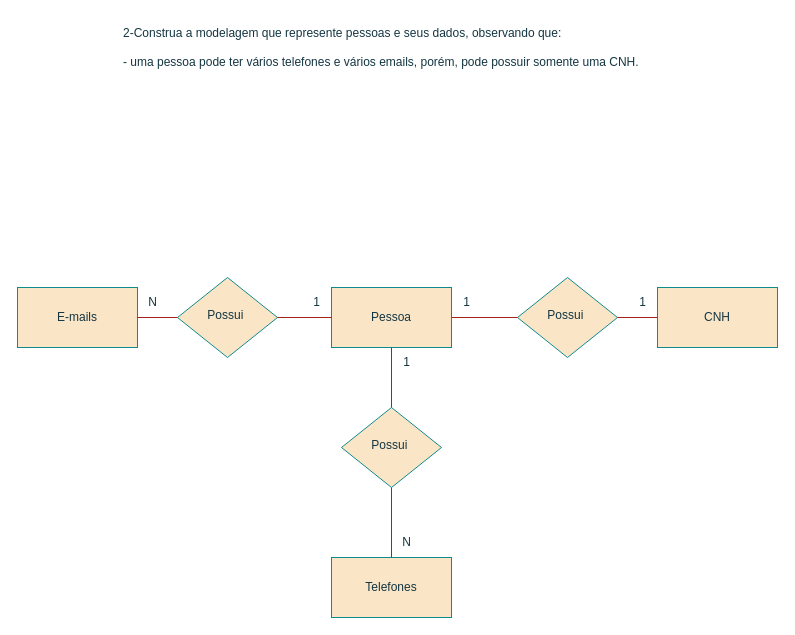
The draw.io diagram 1.1/1.1.drawio in MagiLogus/MER, before the edit. Source tidied: cells renumbered, new cells numbered last; positions are measured from the earlier drawing's top-left corner, leaving out a move shared by most shapes. Both pictures are drawn from the tidied source at 100%, with x=0, y=0 at pixel (17, 17).
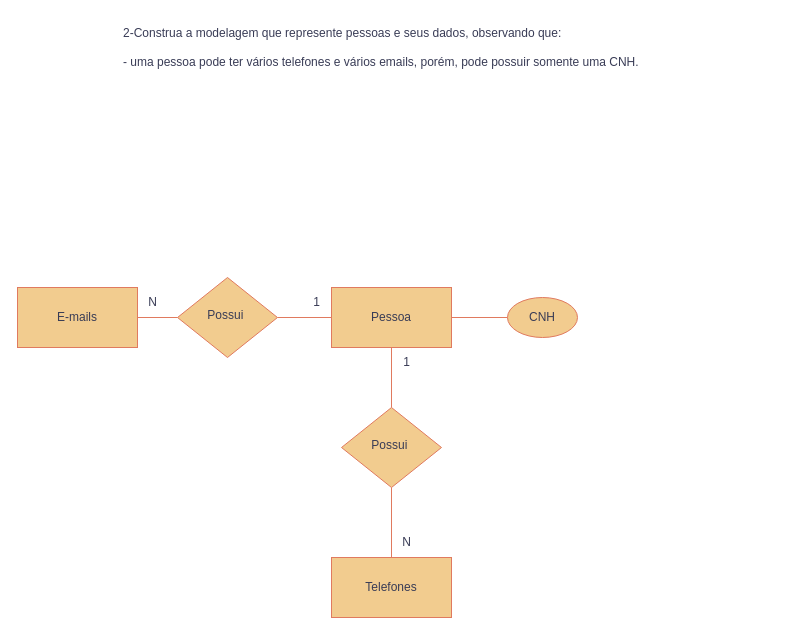
After the change.

What changed in the source:
```diff
@@
-    <mxCell id="2" value="Possui&amp;nbsp;" style="rhombus;whiteSpace=wrap;html=1;shadow=0;fontFamily=Helvetica;fontSize=12;align=center;strokeWidth=1;spacing=6;spacingTop=-4;rounded=0;labelBackgroundColor=none;fillColor=#FAE5C7;strokeColor=#0F8B8D;fontColor=#143642;" parent="1" vertex="1">
-      <mxGeometry x="500" y="260" width="100" height="80" as="geometry" />
-    </mxCell>
-    <mxCell id="3" value=" E-mails" style="rounded=0;whiteSpace=wrap;html=1;strokeColor=#0F8B8D;fontColor=#143642;fillColor=#FAE5C7;labelBackgroundColor=none;" parent="1" vertex="1">
+    <mxCell id="3" value=" E-mails" style="rounded=0;whiteSpace=wrap;html=1;strokeColor=#E07A5F;fontColor=#393C56;fillColor=#F2CC8F;labelBackgroundColor=none;" parent="1" vertex="1">
       <mxGeometry y="270" width="120" height="60" as="geometry" />
     </mxCell>
-    <mxCell id="4" value="CNH" style="rounded=0;whiteSpace=wrap;html=1;strokeColor=#0F8B8D;fontColor=#143642;fillColor=#FAE5C7;labelBackgroundColor=none;" parent="1" vertex="1">
-      <mxGeometry x="640" y="270" width="120" height="60" as="geometry" />
-    </mxCell>
-    <mxCell id="5" value="&lt;div&gt;2-Construa a modelagem que represente pessoas e seus dados, observando que:&lt;/div&gt;&lt;div&gt;&lt;br&gt;&lt;/div&gt;&lt;div&gt;- uma pessoa pode ter vários telefones e vários emails, porém, pode possuir somente uma CNH.&lt;/div&gt;" style="text;html=1;align=left;verticalAlign=middle;strokeColor=none;fillColor=none;fontColor=#143642;labelBackgroundColor=none;" parent="1" vertex="1">
+    <mxCell id="5" value="&lt;div&gt;2-Construa a modelagem que represente pessoas e seus dados, observando que:&lt;/div&gt;&lt;div&gt;&lt;br&gt;&lt;/div&gt;&lt;div&gt;- uma pessoa pode ter vários telefones e vários emails, porém, pode possuir somente uma CNH.&lt;/div&gt;" style="text;html=1;align=left;verticalAlign=middle;strokeColor=none;fillColor=none;fontColor=#393C56;labelBackgroundColor=none;" parent="1" vertex="1">
       <mxGeometry x="104" width="540" height="60" as="geometry" />
     </mxCell>
-    <mxCell id="6" value="1" style="text;html=1;align=center;verticalAlign=middle;strokeColor=none;fillColor=none;fontColor=#143642;labelBackgroundColor=none;" parent="1" vertex="1">
-      <mxGeometry x="610" y="270" width="30" height="30" as="geometry" />
-    </mxCell>
-    <mxCell id="7" value="N" style="text;html=1;align=center;verticalAlign=middle;strokeColor=none;fillColor=none;fontColor=#143642;labelBackgroundColor=none;" parent="1" vertex="1">
+    <mxCell id="7" value="N" style="text;html=1;align=center;verticalAlign=middle;strokeColor=none;fillColor=none;fontColor=#393C56;labelBackgroundColor=none;" parent="1" vertex="1">
       <mxGeometry x="120" y="270" width="30" height="30" as="geometry" />
     </mxCell>
-    <mxCell id="8" value="Pessoa" style="rounded=0;whiteSpace=wrap;html=1;strokeColor=#0F8B8D;fontColor=#143642;fillColor=#FAE5C7;labelBackgroundColor=none;" parent="1" vertex="1">
+    <mxCell id="8" value="Pessoa" style="rounded=0;whiteSpace=wrap;html=1;strokeColor=#E07A5F;fontColor=#393C56;fillColor=#F2CC8F;labelBackgroundColor=none;" parent="1" vertex="1">
       <mxGeometry x="314" y="270" width="120" height="60" as="geometry" />
     </mxCell>
-    <mxCell id="9" value="Possui&amp;nbsp;" style="rhombus;whiteSpace=wrap;html=1;shadow=0;fontFamily=Helvetica;fontSize=12;align=center;strokeWidth=1;spacing=6;spacingTop=-4;rounded=0;labelBackgroundColor=none;fillColor=#FAE5C7;strokeColor=#0F8B8D;fontColor=#143642;" parent="1" vertex="1">
+    <mxCell id="9" value="Possui&amp;nbsp;" style="rhombus;whiteSpace=wrap;html=1;shadow=0;fontFamily=Helvetica;fontSize=12;align=center;strokeWidth=1;spacing=6;spacingTop=-4;rounded=0;labelBackgroundColor=none;fillColor=#F2CC8F;strokeColor=#E07A5F;fontColor=#393C56;" parent="1" vertex="1">
       <mxGeometry x="160" y="260" width="100" height="80" as="geometry" />
     </mxCell>
-    <mxCell id="10" style="endArrow=none;html=1;rounded=0;entryX=0;entryY=0.5;entryDx=0;entryDy=0;labelBackgroundColor=none;strokeColor=#A8201A;fontColor=default;" parent="1" edge="1" target="9">
+    <mxCell id="10" style="endArrow=none;html=1;rounded=0;entryX=0;entryY=0.5;entryDx=0;entryDy=0;labelBackgroundColor=none;strokeColor=#E07A5F;fontColor=default;" parent="1" edge="1" target="9">
       <mxGeometry relative="1" as="geometry">
         <mxPoint x="120" y="300" as="sourcePoint" />
       </mxGeometry>
     </mxCell>
-    <mxCell id="11" value="Telefones" style="rounded=0;whiteSpace=wrap;html=1;strokeColor=#0F8B8D;fontColor=#143642;fillColor=#FAE5C7;labelBackgroundColor=none;" parent="1" vertex="1">
+    <mxCell id="11" value="Telefones" style="rounded=0;whiteSpace=wrap;html=1;strokeColor=#E07A5F;fontColor=#393C56;fillColor=#F2CC8F;labelBackgroundColor=none;" parent="1" vertex="1">
       <mxGeometry x="314" y="540" width="120" height="60" as="geometry" />
     </mxCell>
-    <mxCell id="12" value="Possui&amp;nbsp;" style="rhombus;whiteSpace=wrap;html=1;shadow=0;fontFamily=Helvetica;fontSize=12;align=center;strokeWidth=1;spacing=6;spacingTop=-4;rounded=0;labelBackgroundColor=none;fillColor=#FAE5C7;strokeColor=#0F8B8D;fontColor=#143642;" parent="1" vertex="1">
+    <mxCell id="12" value="Possui&amp;nbsp;" style="rhombus;whiteSpace=wrap;html=1;shadow=0;fontFamily=Helvetica;fontSize=12;align=center;strokeWidth=1;spacing=6;spacingTop=-4;rounded=0;labelBackgroundColor=none;fillColor=#F2CC8F;strokeColor=#E07A5F;fontColor=#393C56;" parent="1" vertex="1">
       <mxGeometry x="324" y="390" width="100" height="80" as="geometry" />
     </mxCell>
-    <mxCell id="13" style="endArrow=none;html=1;rounded=0;exitX=1;exitY=0.5;exitDx=0;exitDy=0;labelBackgroundColor=none;strokeColor=#A8201A;fontColor=default;" parent="1" edge="1" source="9" target="8">
+    <mxCell id="13" style="endArrow=none;html=1;rounded=0;exitX=1;exitY=0.5;exitDx=0;exitDy=0;labelBackgroundColor=none;strokeColor=#E07A5F;fontColor=default;" parent="1" edge="1" source="9" target="8">
       <mxGeometry relative="1" as="geometry" />
     </mxCell>
-    <mxCell id="14" style="endArrow=none;html=1;rounded=0;entryX=0;entryY=0.5;entryDx=0;entryDy=0;exitX=1;exitY=0.5;exitDx=0;exitDy=0;labelBackgroundColor=none;strokeColor=#A8201A;fontColor=default;" parent="1" edge="1" source="8" target="2">
-      <mxGeometry relative="1" as="geometry" />
-    </mxCell>
-    <mxCell id="15" style="endArrow=none;html=1;rounded=0;exitX=1;exitY=0.5;exitDx=0;exitDy=0;entryX=0;entryY=0.5;entryDx=0;entryDy=0;labelBackgroundColor=none;strokeColor=#A8201A;fontColor=default;" parent="1" edge="1" source="2" target="4">
-      <mxGeometry relative="1" as="geometry" />
-    </mxCell>
-    <mxCell id="16" style="endArrow=none;html=1;rounded=0;entryX=0.5;entryY=1;entryDx=0;entryDy=0;exitX=0.5;exitY=0;exitDx=0;exitDy=0;labelBackgroundColor=none;strokeColor=#A8201A;fontColor=default;" parent="1" edge="1" source="12" target="8">
+    <mxCell id="16" style="endArrow=none;html=1;rounded=0;entryX=0.5;entryY=1;entryDx=0;entryDy=0;exitX=0.5;exitY=0;exitDx=0;exitDy=0;labelBackgroundColor=none;strokeColor=#E07A5F;fontColor=default;" parent="1" edge="1" source="12" target="8">
       <mxGeometry relative="1" as="geometry" />
     </mxCell>
-    <mxCell id="17" style="endArrow=none;html=1;rounded=0;exitX=0.5;exitY=0;exitDx=0;exitDy=0;entryX=0.5;entryY=1;entryDx=0;entryDy=0;labelBackgroundColor=none;strokeColor=#A8201A;fontColor=default;" parent="1" edge="1" source="11" target="12">
+    <mxCell id="17" style="endArrow=none;html=1;rounded=0;exitX=0.5;exitY=0;exitDx=0;exitDy=0;entryX=0.5;entryY=1;entryDx=0;entryDy=0;labelBackgroundColor=none;strokeColor=#E07A5F;fontColor=default;" parent="1" edge="1" source="11" target="12">
       <mxGeometry relative="1" as="geometry" />
     </mxCell>
-    <mxCell id="18" value="1" style="text;html=1;align=center;verticalAlign=middle;strokeColor=none;fillColor=none;fontColor=#143642;labelBackgroundColor=none;" parent="1" vertex="1">
-      <mxGeometry x="434" y="270" width="30" height="30" as="geometry" />
-    </mxCell>
-    <mxCell id="19" value="1" style="text;html=1;align=center;verticalAlign=middle;strokeColor=none;fillColor=none;fontColor=#143642;labelBackgroundColor=none;" parent="1" vertex="1">
+    <mxCell id="19" value="1" style="text;html=1;align=center;verticalAlign=middle;strokeColor=none;fillColor=none;fontColor=#393C56;labelBackgroundColor=none;" parent="1" vertex="1">
       <mxGeometry x="284" y="270" width="30" height="30" as="geometry" />
     </mxCell>
-    <mxCell id="20" value="N" style="text;html=1;align=center;verticalAlign=middle;strokeColor=none;fillColor=none;fontColor=#143642;labelBackgroundColor=none;" parent="1" vertex="1">
+    <mxCell id="20" value="N" style="text;html=1;align=center;verticalAlign=middle;strokeColor=none;fillColor=none;fontColor=#393C56;labelBackgroundColor=none;" parent="1" vertex="1">
       <mxGeometry x="374" y="510" width="30" height="30" as="geometry" />
     </mxCell>
-    <mxCell id="21" value="1" style="text;html=1;align=center;verticalAlign=middle;strokeColor=none;fillColor=none;fontColor=#143642;labelBackgroundColor=none;" parent="1" vertex="1">
+    <mxCell id="21" value="1" style="text;html=1;align=center;verticalAlign=middle;strokeColor=none;fillColor=none;fontColor=#393C56;labelBackgroundColor=none;" parent="1" vertex="1">
       <mxGeometry x="374" y="330" width="30" height="30" as="geometry" />
     </mxCell>
+    <mxCell id="4" value="CNH" style="ellipse;whiteSpace=wrap;html=1;labelBackgroundColor=none;fillColor=#F2CC8F;strokeColor=#E07A5F;fontColor=#393C56;" parent="1" vertex="1">
+      <mxGeometry x="490" y="280" width="70" height="40" as="geometry" />
+    </mxCell>
+    <mxCell id="22" style="endArrow=none;html=1;rounded=0;strokeColor=#E07A5F;fontColor=#393C56;fillColor=#F2CC8F;entryX=0;entryY=0.5;entryDx=0;entryDy=0;exitX=1;exitY=0.5;exitDx=0;exitDy=0;" parent="1" edge="1" source="8" target="4">
+      <mxGeometry relative="1" as="geometry" />
+    </mxCell>
```
